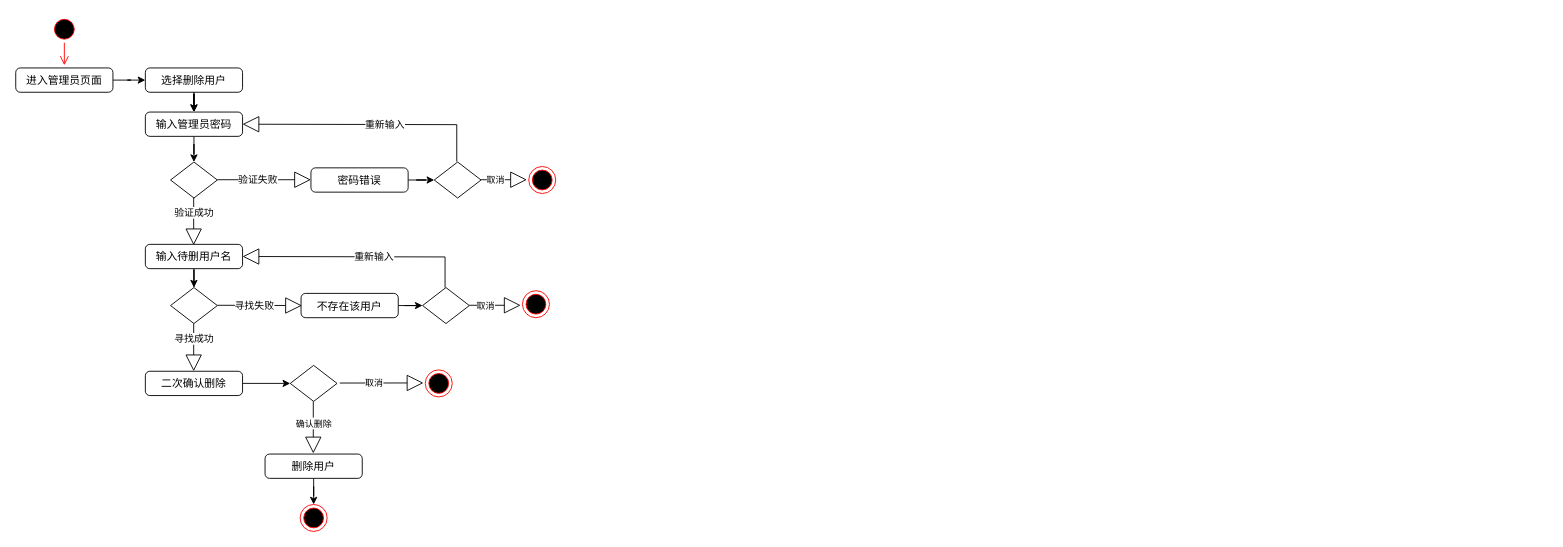
The draw.io diagram page "第 7 页" (7 of 8) of 用户管理子系统.drawio in IRiDecenT/graph, before the edit. Source tidied: cells renumbered, new cells numbered last; positions are measured from the earlier drawing's top-left corner, leaving out a move shared by most shapes. Both pictures are drawn from the tidied source at 90%, with x=0, y=0 at pixel (15, 15).
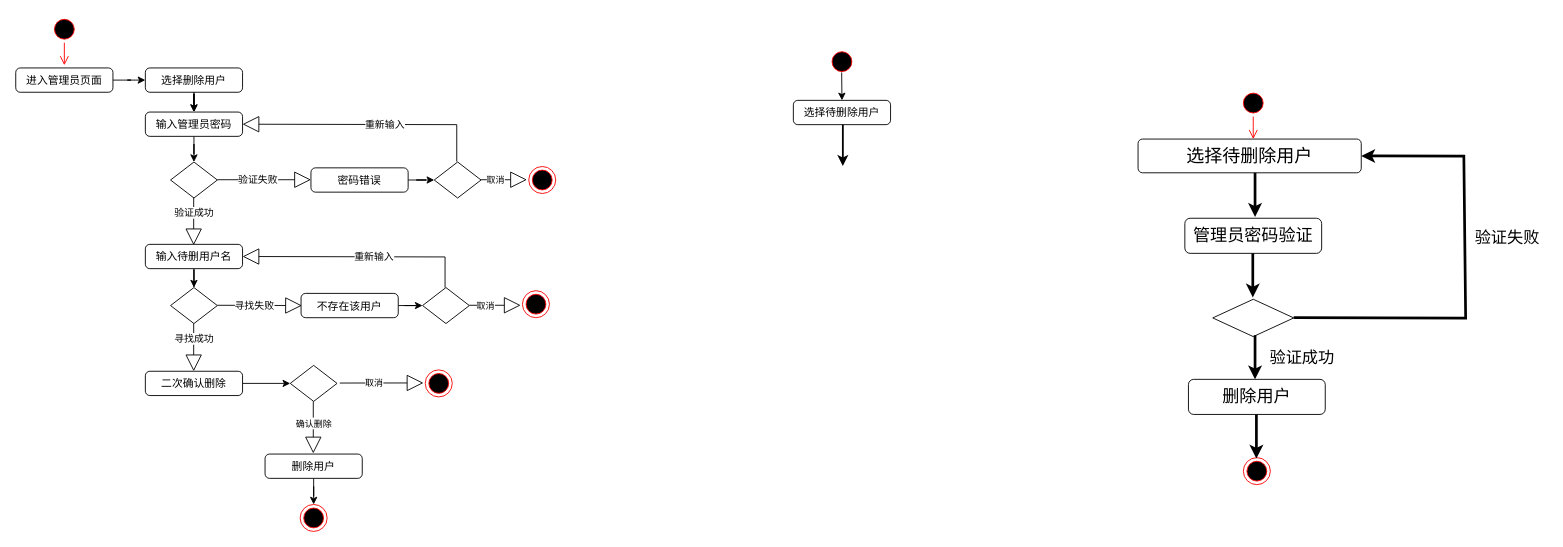
After the change.

Diff of the diagram source:
```diff
@@
+    <mxCell id="40" style="ellipse;html=1;shape=startState;fillColor=#000000;strokeColor=#ff0000;" parent="1" vertex="1">
+      <mxGeometry x="903" y="36" width="30" height="30" as="geometry" />
+    </mxCell>
+    <mxCell id="41" value="选择待删除用户" style="html=1;align=center;verticalAlign=top;rounded=1;absoluteArcSize=1;arcSize=10;dashed=0;whiteSpace=wrap;" parent="1" vertex="1">
+      <mxGeometry x="864" y="94" width="108" height="27" as="geometry" />
+    </mxCell>
+    <mxCell id="42" style="edgeStyle=orthogonalEdgeStyle;rounded=0;jettySize=auto;html=1;entryX=0.5;entryY=0;entryDx=0;entryDy=0;" parent="1" edge="1" target="41">
+      <mxGeometry relative="1" as="geometry">
+        <mxPoint x="917.7" y="63" as="sourcePoint" />
+      </mxGeometry>
+    </mxCell>
+    <mxCell id="43" style="endArrow=classic;html=1;rounded=0;strokeWidth=2;" parent="1" edge="1">
+      <mxGeometry relative="1" as="geometry">
+        <mxPoint x="919" y="121" as="sourcePoint" />
+        <mxPoint x="919" y="167" as="targetPoint" />
+      </mxGeometry>
+    </mxCell>
+    <mxCell id="44" value="&lt;span style=&quot;font-size: 20px;&quot;&gt;选择待删除用户&lt;/span&gt;" style="html=1;align=center;verticalAlign=top;rounded=1;absoluteArcSize=1;arcSize=10;dashed=0;whiteSpace=wrap;" parent="1" vertex="1">
+      <mxGeometry x="1247" y="137" width="248" height="37.5" as="geometry" />
+    </mxCell>
+    <mxCell id="45" style="ellipse;html=1;shape=startState;fillColor=#000000;strokeColor=#ff0000;" parent="1" vertex="1">
+      <mxGeometry x="1360" y="82" width="30" height="30" as="geometry" />
+    </mxCell>
+    <mxCell id="46" style="edgeStyle=orthogonalEdgeStyle;html=1;verticalAlign=bottom;endArrow=open;endSize=8;strokeColor=#ff0000;rounded=0;" parent="1" edge="1" source="45">
+      <mxGeometry relative="1" as="geometry">
+        <mxPoint x="1375" y="137" as="targetPoint" />
+      </mxGeometry>
+    </mxCell>
+    <mxCell id="47" style="edgeStyle=orthogonalEdgeStyle;rounded=0;orthogonalLoop=1;jettySize=auto;html=1;strokeWidth=3;" parent="1" edge="1">
+      <mxGeometry relative="1" as="geometry">
+        <mxPoint x="1377" y="174.5" as="sourcePoint" />
+        <mxPoint x="1377" y="223.5" as="targetPoint" />
+      </mxGeometry>
+    </mxCell>
+    <mxCell id="48" value="&lt;font style=&quot;font-size: 19px;&quot;&gt;管理员密码验证&lt;/font&gt;" style="rounded=1;whiteSpace=wrap;html=1;" parent="1" vertex="1">
+      <mxGeometry x="1299" y="225" width="152" height="39" as="geometry" />
+    </mxCell>
+    <mxCell id="49" style="rhombus;whiteSpace=wrap;html=1;" parent="1" vertex="1">
+      <mxGeometry x="1330" y="315" width="90" height="41.5" as="geometry" />
+    </mxCell>
+    <mxCell id="50" style="edgeStyle=orthogonalEdgeStyle;rounded=0;orthogonalLoop=1;jettySize=auto;html=1;strokeWidth=3;" parent="1" edge="1">
+      <mxGeometry relative="1" as="geometry">
+        <mxPoint x="1374.5" y="264" as="sourcePoint" />
+        <mxPoint x="1374.5" y="313" as="targetPoint" />
+      </mxGeometry>
+    </mxCell>
+    <mxCell id="51" style="endArrow=classic;html=1;rounded=0;strokeWidth=3;entryX=1;entryY=0.5;entryDx=0;entryDy=0;" parent="1" edge="1" target="44">
+      <mxGeometry relative="1" as="geometry">
+        <mxPoint x="1420" y="335.5" as="sourcePoint" />
+        <Array as="points">
+          <mxPoint x="1611" y="336" />
+          <mxPoint x="1609" y="156" />
+        </Array>
+      </mxGeometry>
+    </mxCell>
+    <mxCell id="52" value="&lt;font style=&quot;font-size: 18px;&quot;&gt;验证失败&lt;/font&gt;" style="text;html=1;align=center;verticalAlign=middle;strokeColor=none;fillColor=none;" parent="1" vertex="1">
+      <mxGeometry x="1612" y="230" width="90" height="34" as="geometry" />
+    </mxCell>
+    <mxCell id="53" style="edgeStyle=orthogonalEdgeStyle;rounded=0;orthogonalLoop=1;jettySize=auto;html=1;strokeWidth=3;" parent="1" edge="1">
+      <mxGeometry relative="1" as="geometry">
+        <mxPoint x="1377" y="355" as="sourcePoint" />
+        <mxPoint x="1377" y="404" as="targetPoint" />
+      </mxGeometry>
+    </mxCell>
+    <mxCell id="54" value="&lt;font style=&quot;font-size: 19px;&quot;&gt;删除用户&lt;/font&gt;" style="rounded=1;whiteSpace=wrap;html=1;" parent="1" vertex="1">
+      <mxGeometry x="1303" y="404" width="152" height="39" as="geometry" />
+    </mxCell>
+    <mxCell id="55" style="ellipse;html=1;shape=endState;fillColor=#000000;strokeColor=#ff0000;" parent="1" vertex="1">
+      <mxGeometry x="1364" y="491" width="30" height="30" as="geometry" />
+    </mxCell>
+    <mxCell id="56" style="edgeStyle=orthogonalEdgeStyle;rounded=0;orthogonalLoop=1;jettySize=auto;html=1;strokeWidth=3;" parent="1" edge="1">
+      <mxGeometry relative="1" as="geometry">
+        <mxPoint x="1378.5" y="443" as="sourcePoint" />
+        <mxPoint x="1378.5" y="492" as="targetPoint" />
+      </mxGeometry>
+    </mxCell>
+    <mxCell id="57" value="&lt;font style=&quot;font-size: 18px;&quot;&gt;验证成功&lt;/font&gt;" style="text;html=1;align=center;verticalAlign=middle;strokeColor=none;fillColor=none;" parent="1" vertex="1">
+      <mxGeometry x="1384" y="363" width="90" height="34" as="geometry" />
+    </mxCell>
```
